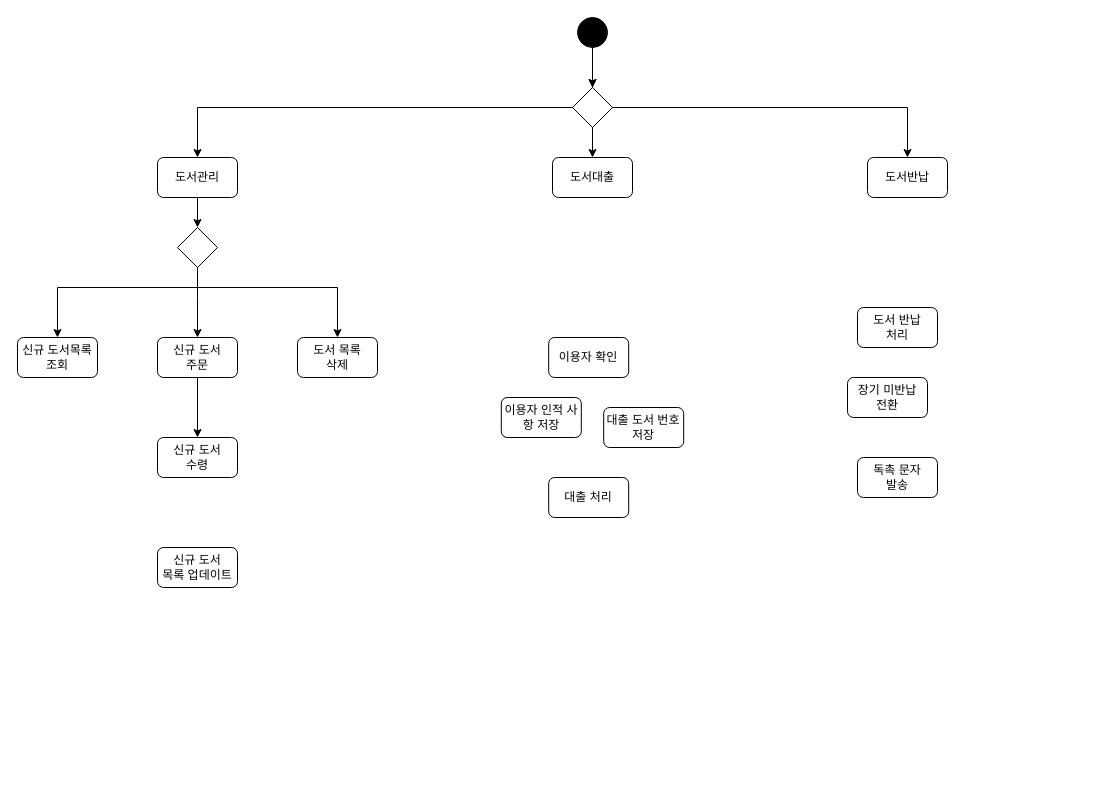
Above: 객체지향 설계.drawio in ChanY00/- (draw.io), before the change. Source tidied: cells renumbered, new cells numbered last; positions are measured from the earlier drawing's top-left corner, leaving out a move shared by most shapes. Both pictures are drawn from the tidied source at 100%, with x=0, y=0 at pixel (17, 17).
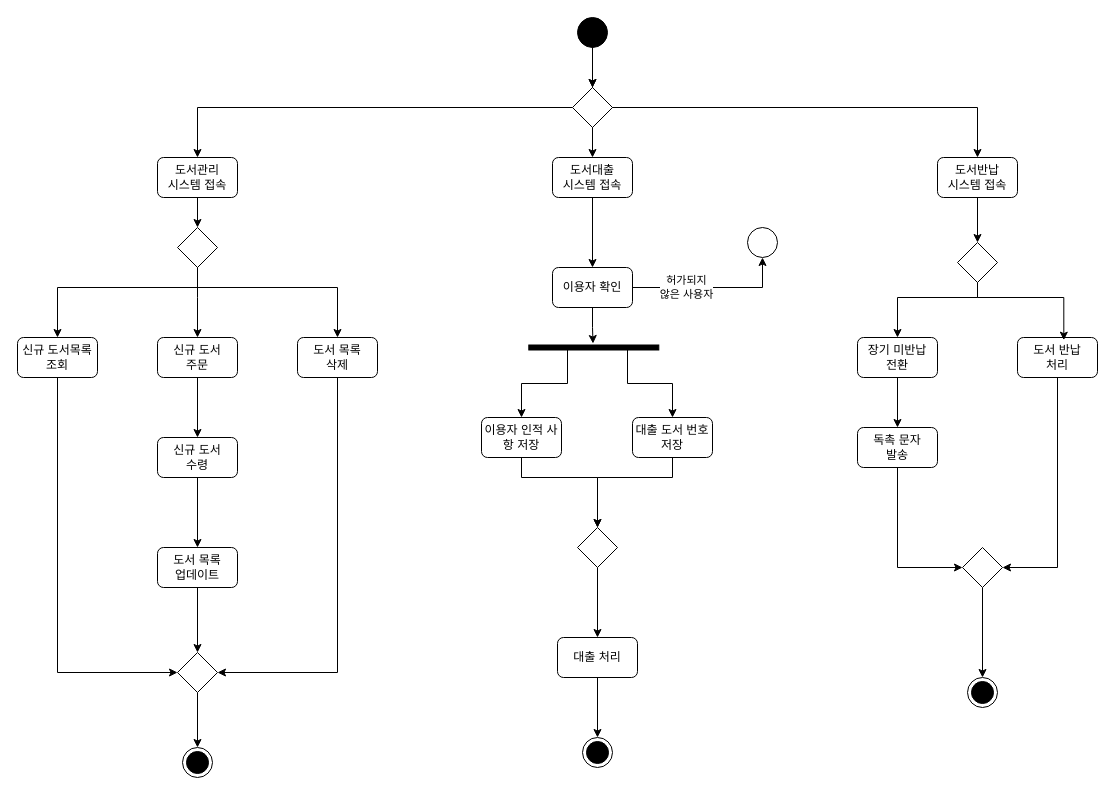
After the change.

Commit message (it also covers changes not shown here):
객체지향 설계.drawio 업데이트

The change refers to these unchanged cells:
```xml
<mxCell id="13" value="신규 도서목록 조회" style="rounded=1;whiteSpace=wrap;html=1;fontSize=12;glass=0;strokeWidth=1;shadow=0;" parent="1" vertex="1">
  <mxGeometry y="320" width="80" height="40" as="geometry" />
</mxCell>
<mxCell id="20" value="신규 도서&lt;div&gt;수령&lt;/div&gt;" style="rounded=1;whiteSpace=wrap;html=1;fontSize=12;glass=0;strokeWidth=1;shadow=0;" parent="1" vertex="1">
  <mxGeometry x="140" y="420" width="80" height="40" as="geometry" />
</mxCell>
<mxCell id="21" value="도서 목록&lt;div&gt;삭제&lt;/div&gt;" style="rounded=1;whiteSpace=wrap;html=1;fontSize=12;glass=0;strokeWidth=1;shadow=0;" parent="1" vertex="1">
  <mxGeometry x="280" y="320" width="80" height="40" as="geometry" />
</mxCell>
```

What changed in the source:
```diff
@@
-    <mxCell id="3" value="도서관리" style="rounded=1;whiteSpace=wrap;html=1;fontSize=12;glass=0;strokeWidth=1;shadow=0;" parent="1" vertex="1">
+    <mxCell id="3" value="도서관리&lt;div&gt;시스템 접속&lt;/div&gt;" style="rounded=1;whiteSpace=wrap;html=1;fontSize=12;glass=0;strokeWidth=1;shadow=0;" parent="1" vertex="1">
       <mxGeometry x="140" y="140" width="80" height="40" as="geometry" />
     </mxCell>
@@
+    <mxCell id="31" style="edgeStyle=orthogonalEdgeStyle;rounded=0;jettySize=auto;html=1;entryX=0.5;entryY=0;entryDx=0;entryDy=0;" parent="1" edge="1" source="8" target="22">
+      <mxGeometry relative="1" as="geometry" />
+    </mxCell>
-    <mxCell id="8" value="도서대출" style="rounded=1;whiteSpace=wrap;html=1;fontSize=12;glass=0;strokeWidth=1;shadow=0;" parent="1" vertex="1">
+    <mxCell id="8" value="도서대출&lt;div&gt;시스템 접속&lt;/div&gt;" style="rounded=1;whiteSpace=wrap;html=1;fontSize=12;glass=0;strokeWidth=1;shadow=0;" parent="1" vertex="1">
       <mxGeometry x="535" y="140" width="80" height="40" as="geometry" />
     </mxCell>
+    <mxCell id="32" style="edgeStyle=orthogonalEdgeStyle;rounded=0;jettySize=auto;html=1;entryX=0.5;entryY=0;entryDx=0;entryDy=0;" parent="1" edge="1" source="9" target="52">
+      <mxGeometry relative="1" as="geometry" />
+    </mxCell>
-    <mxCell id="9" value="도서반납" style="rounded=1;whiteSpace=wrap;html=1;fontSize=12;glass=0;strokeWidth=1;shadow=0;" parent="1" vertex="1">
-      <mxGeometry x="850" y="140" width="80" height="40" as="geometry" />
+    <mxCell id="9" value="도서반납&lt;div&gt;시스템 접속&lt;/div&gt;" style="rounded=1;whiteSpace=wrap;html=1;fontSize=12;glass=0;strokeWidth=1;shadow=0;" parent="1" vertex="1">
+      <mxGeometry x="920" y="140" width="80" height="40" as="geometry" />
     </mxCell>
@@
+    <mxCell id="33" style="edgeStyle=orthogonalEdgeStyle;rounded=0;jettySize=auto;html=1;entryX=0;entryY=0.5;entryDx=0;entryDy=0;" parent="1" edge="1" source="13" target="59">
+      <mxGeometry relative="1" as="geometry">
+        <Array as="points">
+          <mxPoint x="40" y="655" />
+        </Array>
+      </mxGeometry>
+    </mxCell>
@@
+    <mxCell id="34" style="edgeStyle=orthogonalEdgeStyle;rounded=0;jettySize=auto;html=1;" parent="1" edge="1" source="20" target="30">
+      <mxGeometry relative="1" as="geometry" />
+    </mxCell>
@@
+    <mxCell id="35" style="edgeStyle=orthogonalEdgeStyle;rounded=0;jettySize=auto;html=1;entryX=1;entryY=0.5;entryDx=0;entryDy=0;" parent="1" edge="1" source="21" target="59">
+      <mxGeometry relative="1" as="geometry">
+        <Array as="points">
+          <mxPoint x="320" y="655" />
+        </Array>
+      </mxGeometry>
+    </mxCell>
@@
+    <mxCell id="36" style="edgeStyle=orthogonalEdgeStyle;rounded=0;jettySize=auto;html=1;entryX=0.5;entryY=1;entryDx=0;entryDy=0;" parent="1" edge="1" source="22" target="57">
+      <mxGeometry relative="1" as="geometry" />
+    </mxCell>
+    <mxCell id="37" value="허가되지&lt;div&gt;않은 사용자&lt;/div&gt;" style="edgeLabel;html=1;align=center;verticalAlign=middle;" parent="36" vertex="1">
+      <mxGeometry x="-0.34" y="1" relative="1" as="geometry" />
+    </mxCell>
     <mxCell id="22" value="이용자 확인" style="rounded=1;whiteSpace=wrap;html=1;fontSize=12;glass=0;strokeWidth=1;shadow=0;" parent="1" vertex="1">
-      <mxGeometry x="531.2" y="320" width="80" height="40" as="geometry" />
+      <mxGeometry x="535" y="250" width="80" height="40" as="geometry" />
     </mxCell>
+    <mxCell id="38" style="edgeStyle=orthogonalEdgeStyle;rounded=0;jettySize=auto;html=1;" parent="1" edge="1" source="23" target="49">
+      <mxGeometry relative="1" as="geometry">
+        <Array as="points">
+          <mxPoint x="504" y="460" />
+          <mxPoint x="580" y="460" />
+        </Array>
+      </mxGeometry>
+    </mxCell>
     <mxCell id="23" value="이용자 인적 사항 저장" style="rounded=1;whiteSpace=wrap;html=1;fontSize=12;glass=0;strokeWidth=1;shadow=0;" parent="1" vertex="1">
-      <mxGeometry x="483.8" y="380" width="80" height="40" as="geometry" />
+      <mxGeometry x="464" y="400" width="80" height="40" as="geometry" />
     </mxCell>
+    <mxCell id="39" style="edgeStyle=orthogonalEdgeStyle;rounded=0;jettySize=auto;html=1;entryX=0.5;entryY=0;entryDx=0;entryDy=0;" parent="1" edge="1" source="24" target="49">
+      <mxGeometry relative="1" as="geometry">
+        <Array as="points">
+          <mxPoint x="655" y="460" />
+          <mxPoint x="580" y="460" />
+        </Array>
+      </mxGeometry>
+    </mxCell>
     <mxCell id="24" value="대출 도서 번호 저장" style="rounded=1;whiteSpace=wrap;html=1;fontSize=12;glass=0;strokeWidth=1;shadow=0;" parent="1" vertex="1">
-      <mxGeometry x="586.2" y="390" width="80" height="40" as="geometry" />
+      <mxGeometry x="615" y="400" width="80" height="40" as="geometry" />
     </mxCell>
+    <mxCell id="40" style="edgeStyle=orthogonalEdgeStyle;rounded=0;jettySize=auto;html=1;entryX=0.5;entryY=0;entryDx=0;entryDy=0;" parent="1" edge="1" source="25" target="56">
+      <mxGeometry relative="1" as="geometry" />
+    </mxCell>
     <mxCell id="25" value="대출 처리" style="rounded=1;whiteSpace=wrap;html=1;fontSize=12;glass=0;strokeWidth=1;shadow=0;" parent="1" vertex="1">
-      <mxGeometry x="531.2" y="460" width="80" height="40" as="geometry" />
+      <mxGeometry x="540" y="620" width="80" height="40" as="geometry" />
     </mxCell>
+    <mxCell id="41" style="edgeStyle=orthogonalEdgeStyle;rounded=0;jettySize=auto;html=1;" parent="1" edge="1" source="26" target="61">
+      <mxGeometry relative="1" as="geometry">
+        <Array as="points">
+          <mxPoint x="1040" y="550" />
+        </Array>
+      </mxGeometry>
+    </mxCell>
     <mxCell id="26" value="도서 반납&lt;div&gt;처리&lt;/div&gt;" style="rounded=1;whiteSpace=wrap;html=1;fontSize=12;glass=0;strokeWidth=1;shadow=0;" parent="1" vertex="1">
-      <mxGeometry x="840" y="290" width="80" height="40" as="geometry" />
+      <mxGeometry x="1000" y="320" width="80" height="40" as="geometry" />
     </mxCell>
+    <mxCell id="42" style="edgeStyle=orthogonalEdgeStyle;rounded=0;jettySize=auto;html=1;entryX=0.5;entryY=0;entryDx=0;entryDy=0;" parent="1" edge="1" source="27" target="28">
+      <mxGeometry relative="1" as="geometry" />
+    </mxCell>
     <mxCell id="27" value="장기 미반납&lt;div&gt;전환&lt;/div&gt;" style="rounded=1;whiteSpace=wrap;html=1;fontSize=12;glass=0;strokeWidth=1;shadow=0;" parent="1" vertex="1">
-      <mxGeometry x="830" y="360" width="80" height="40" as="geometry" />
+      <mxGeometry x="840" y="320" width="80" height="40" as="geometry" />
     </mxCell>
+    <mxCell id="43" style="edgeStyle=orthogonalEdgeStyle;rounded=0;jettySize=auto;html=1;" parent="1" edge="1" source="28" target="61">
+      <mxGeometry relative="1" as="geometry">
+        <Array as="points">
+          <mxPoint x="880" y="550" />
+        </Array>
+      </mxGeometry>
+    </mxCell>
     <mxCell id="28" value="독촉 문자&lt;div&gt;발송&lt;/div&gt;" style="rounded=1;whiteSpace=wrap;html=1;fontSize=12;glass=0;strokeWidth=1;shadow=0;" parent="1" vertex="1">
-      <mxGeometry x="840" y="440" width="80" height="40" as="geometry" />
+      <mxGeometry x="840" y="410" width="80" height="40" as="geometry" />
     </mxCell>
@@
+    <mxCell id="44" style="edgeStyle=orthogonalEdgeStyle;rounded=0;jettySize=auto;html=1;entryX=0.5;entryY=0;entryDx=0;entryDy=0;" parent="1" edge="1" source="30" target="59">
+      <mxGeometry relative="1" as="geometry" />
+    </mxCell>
-    <mxCell id="30" value="신규 도서&lt;div&gt;목록 업데이트&lt;/div&gt;" style="rounded=1;whiteSpace=wrap;html=1;fontSize=12;glass=0;strokeWidth=1;shadow=0;" parent="1" vertex="1">
+    <mxCell id="30" value="도서&amp;nbsp;&lt;span style=&quot;background-color: initial;&quot;&gt;목록&lt;/span&gt;&lt;div&gt;&lt;span style=&quot;background-color: initial;&quot;&gt;업데이트&lt;/span&gt;&lt;/div&gt;" style="rounded=1;whiteSpace=wrap;html=1;fontSize=12;glass=0;strokeWidth=1;shadow=0;" parent="1" vertex="1">
       <mxGeometry x="140" y="530" width="80" height="40" as="geometry" />
     </mxCell>
+    <mxCell id="45" style="edgeStyle=orthogonalEdgeStyle;rounded=0;jettySize=auto;html=1;entryX=0.5;entryY=0;entryDx=0;entryDy=0;" parent="1" edge="1" source="47" target="23">
+      <mxGeometry relative="1" as="geometry">
+        <Array as="points">
+          <mxPoint x="550" y="366" />
+          <mxPoint x="504" y="366" />
+        </Array>
+      </mxGeometry>
+    </mxCell>
+    <mxCell id="46" style="edgeStyle=orthogonalEdgeStyle;rounded=0;jettySize=auto;html=1;" parent="1" edge="1" source="47" target="24">
+      <mxGeometry relative="1" as="geometry">
+        <Array as="points">
+          <mxPoint x="610" y="366" />
+          <mxPoint x="655" y="366" />
+        </Array>
+      </mxGeometry>
+    </mxCell>
+    <mxCell id="47" style="html=1;points=[];perimeter=orthogonalPerimeter;fillColor=strokeColor;rotation=90;" parent="1" vertex="1">
+      <mxGeometry x="573.8" y="265" width="5" height="130" as="geometry" />
+    </mxCell>
+    <mxCell id="48" style="edgeStyle=orthogonalEdgeStyle;rounded=0;jettySize=auto;html=1;entryX=0.5;entryY=0;entryDx=0;entryDy=0;" parent="1" edge="1" source="49" target="25">
+      <mxGeometry relative="1" as="geometry" />
+    </mxCell>
+    <mxCell id="49" style="rhombus;whiteSpace=wrap;html=1;" parent="1" vertex="1">
+      <mxGeometry x="560" y="510" width="40" height="40" as="geometry" />
+    </mxCell>
+    <mxCell id="50" style="edgeStyle=orthogonalEdgeStyle;rounded=0;jettySize=auto;html=1;entryX=-0.3;entryY=0.506;entryDx=0;entryDy=0;entryPerimeter=0;" parent="1" edge="1" source="22" target="47">
+      <mxGeometry relative="1" as="geometry" />
+    </mxCell>
+    <mxCell id="51" style="edgeStyle=orthogonalEdgeStyle;rounded=0;jettySize=auto;html=1;entryX=0.5;entryY=0;entryDx=0;entryDy=0;" parent="1" edge="1" source="52" target="27">
+      <mxGeometry relative="1" as="geometry">
+        <Array as="points">
+          <mxPoint x="960" y="280" />
+          <mxPoint x="880" y="280" />
+        </Array>
+      </mxGeometry>
+    </mxCell>
+    <mxCell id="52" style="rhombus;whiteSpace=wrap;html=1;" parent="1" vertex="1">
+      <mxGeometry x="940" y="225" width="40" height="40" as="geometry" />
+    </mxCell>
+    <mxCell id="53" style="edgeStyle=orthogonalEdgeStyle;rounded=0;jettySize=auto;html=1;entryX=0.579;entryY=0.067;entryDx=0;entryDy=0;entryPerimeter=0;" parent="1" edge="1" source="52" target="26">
+      <mxGeometry relative="1" as="geometry">
+        <Array as="points">
+          <mxPoint x="960" y="280" />
+          <mxPoint x="1046" y="280" />
+        </Array>
+      </mxGeometry>
+    </mxCell>
+    <mxCell id="54" style="ellipse;html=1;shape=endState;fillColor=strokeColor;" parent="1" vertex="1">
+      <mxGeometry x="165" y="730" width="30" height="30" as="geometry" />
+    </mxCell>
+    <mxCell id="55" style="ellipse;html=1;shape=endState;fillColor=strokeColor;" parent="1" vertex="1">
+      <mxGeometry x="950" y="660" width="30" height="30" as="geometry" />
+    </mxCell>
+    <mxCell id="56" style="ellipse;html=1;shape=endState;fillColor=strokeColor;" parent="1" vertex="1">
+      <mxGeometry x="565" y="720" width="30" height="30" as="geometry" />
+    </mxCell>
+    <mxCell id="57" style="ellipse;" parent="1" vertex="1">
+      <mxGeometry x="730" y="210" width="30" height="30" as="geometry" />
+    </mxCell>
+    <mxCell id="58" style="edgeStyle=orthogonalEdgeStyle;rounded=0;jettySize=auto;html=1;entryX=0.5;entryY=0;entryDx=0;entryDy=0;" parent="1" edge="1" source="59" target="54">
+      <mxGeometry relative="1" as="geometry" />
+    </mxCell>
+    <mxCell id="59" style="rhombus;whiteSpace=wrap;html=1;" parent="1" vertex="1">
+      <mxGeometry x="160" y="635" width="40" height="40" as="geometry" />
+    </mxCell>
+    <mxCell id="60" style="edgeStyle=orthogonalEdgeStyle;rounded=0;jettySize=auto;html=1;entryX=0.5;entryY=0;entryDx=0;entryDy=0;" parent="1" edge="1" source="61" target="55">
+      <mxGeometry relative="1" as="geometry" />
+    </mxCell>
+    <mxCell id="61" style="rhombus;whiteSpace=wrap;html=1;" parent="1" vertex="1">
+      <mxGeometry x="945" y="530" width="40" height="40" as="geometry" />
+    </mxCell>
```
